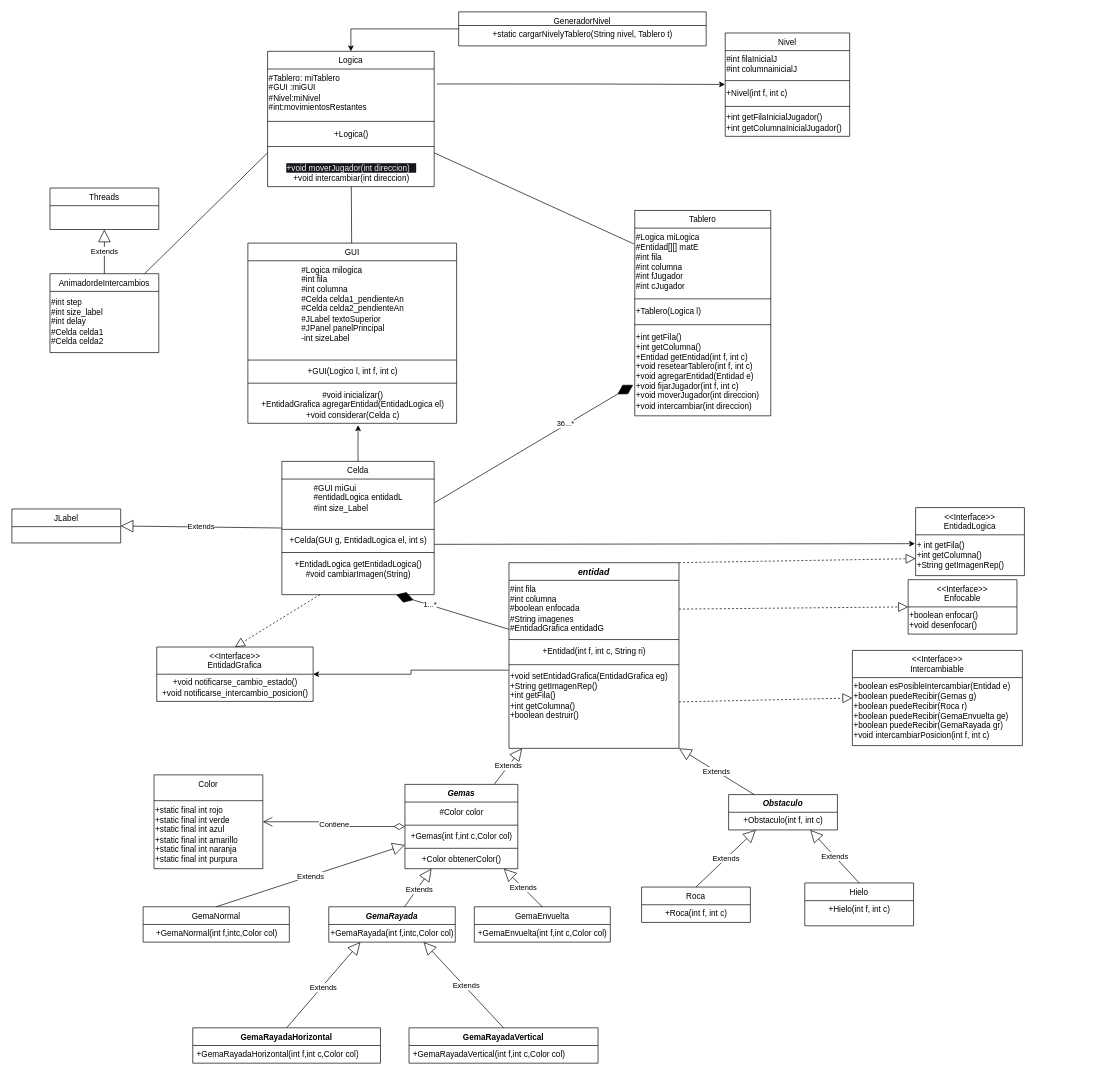
This is src/Diagrama/Extendido/Diagrama_Extendido_Candy_CrushV1.drawio from Brunitoa10/Candy_Crush_Gemas, a draw.io file, before an edit. Source tidied: cells renumbered, new cells numbered last; positions are measured from the earlier drawing's top-left corner, leaving out a move shared by most shapes. Both pictures are drawn from the tidied source at 68%, with x=0, y=0 at pixel (12, 12).
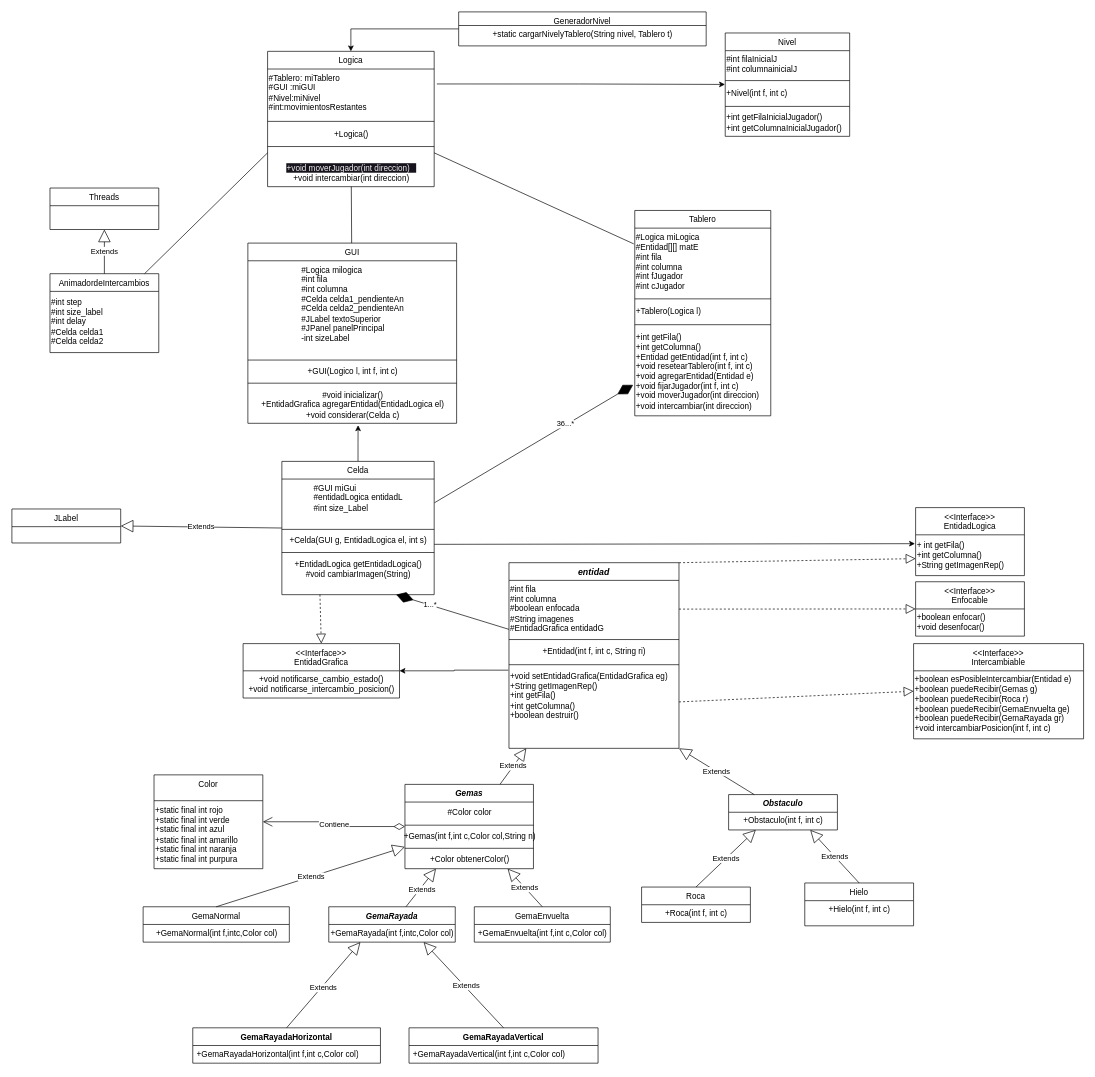
Above is the later version.

Commit message (it also covers changes not shown here):
avance en la implementacion de la calse Entidad y sus subclases, adaptacion del diagrama de clases extendido

Change to the diagram source:
```diff
@@
     <mxCell id="66" value="Gemas" style="swimlane;fontStyle=3;align=center;verticalAlign=top;horizontal=1;startSize=26;rounded=0;shadow=0;strokeWidth=1;" parent="1" vertex="1">
-      <mxGeometry x="578" y="1136" width="166" height="124" as="geometry" />
+      <mxGeometry x="578" y="1136" width="189" height="124" as="geometry" />
     </mxCell>
     <mxCell id="67" value="#Color color" style="text;html=1;align=center;verticalAlign=middle;strokeColor=none;fillColor=none;" parent="66" vertex="1">
-      <mxGeometry y="26" width="166" height="30" as="geometry" />
+      <mxGeometry y="26" width="189" height="30" as="geometry" />
     </mxCell>
     <mxCell id="68" style="line;strokeWidth=1;fillColor=none;align=left;verticalAlign=middle;spacingTop=-1;spacingLeft=3;spacingRight=3;labelPosition=right;strokeColor=inherit;" parent="66" vertex="1">
-      <mxGeometry y="56" width="166" height="8" as="geometry" />
+      <mxGeometry y="56" width="189" height="8" as="geometry" />
     </mxCell>
-    <mxCell id="69" value="+Gemas(int f,int c,Color col)" style="text;html=1;align=center;verticalAlign=middle;strokeColor=none;fillColor=none;" parent="66" vertex="1">
-      <mxGeometry y="64" width="166" height="26" as="geometry" />
+    <mxCell id="69" value="+Gemas(int f,int c,Color col,String n)" style="text;html=1;align=center;verticalAlign=middle;strokeColor=none;fillColor=none;" parent="66" vertex="1">
+      <mxGeometry y="64" width="189" height="26" as="geometry" />
     </mxCell>
     <mxCell id="70" style="line;strokeWidth=1;fillColor=none;align=left;verticalAlign=middle;spacingTop=-1;spacingLeft=3;spacingRight=3;labelPosition=right;strokeColor=inherit;" parent="66" vertex="1">
-      <mxGeometry y="90" width="166" height="8" as="geometry" />
+      <mxGeometry y="90" width="189" height="8" as="geometry" />
     </mxCell>
     <mxCell id="71" value="+Color obtenerColor()" style="text;html=1;align=center;verticalAlign=middle;strokeColor=none;fillColor=none;" parent="66" vertex="1">
-      <mxGeometry y="98" width="166" height="26" as="geometry" />
+      <mxGeometry y="98" width="189" height="26" as="geometry" />
     </mxCell>
@@
     <mxCell id="81" value="&lt;&lt;Interface&gt;&gt;&#10;EntidadGrafica" style="swimlane;fontStyle=0;align=center;verticalAlign=top;horizontal=1;startSize=40;rounded=0;shadow=0;strokeWidth=1;" parent="1" vertex="1">
-      <mxGeometry x="213" y="934" width="230" height="80" as="geometry" />
+      <mxGeometry x="340" y="929" width="230" height="80" as="geometry" />
     </mxCell>
@@
     <mxCell id="83" value="&lt;&lt;Interface&gt;&gt;&#10;Intercambiable" style="swimlane;fontStyle=0;align=center;verticalAlign=top;horizontal=1;startSize=40;rounded=0;shadow=0;strokeWidth=1;" parent="1" vertex="1">
-      <mxGeometry x="1236" y="939" width="250" height="140" as="geometry" />
+      <mxGeometry x="1326" y="929" width="250" height="140" as="geometry" />
     </mxCell>
@@
     <mxCell id="85" value="&lt;&lt;Interface&gt;&gt;&#10;Enfocable" style="swimlane;fontStyle=0;align=center;verticalAlign=top;horizontal=1;startSize=40;rounded=0;shadow=0;strokeWidth=1;" parent="1" vertex="1">
-      <mxGeometry x="1318" y="835" width="160" height="80" as="geometry" />
+      <mxGeometry x="1329" y="838" width="160" height="80" as="geometry" />
     </mxCell>
```
